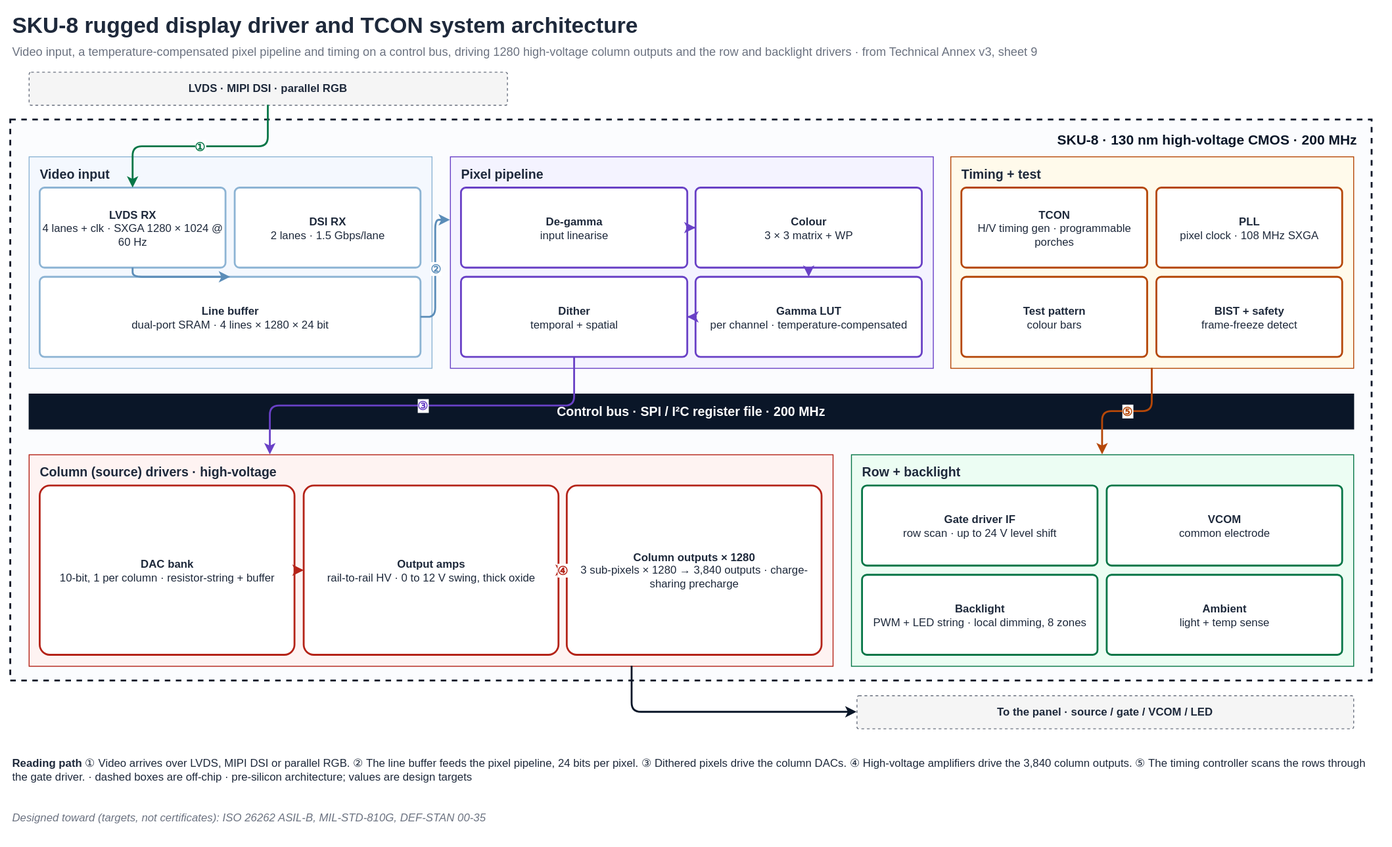
Earlier version of the draw.io export public/diagrams/sku-8-architecture.svg (shekerkamma/deepgrid-dr-silicon-v10). Source tidied: cells renumbered, new cells last; positions are measured from the earlier drawing's top-left corner, leaving out a move shared by most shapes.
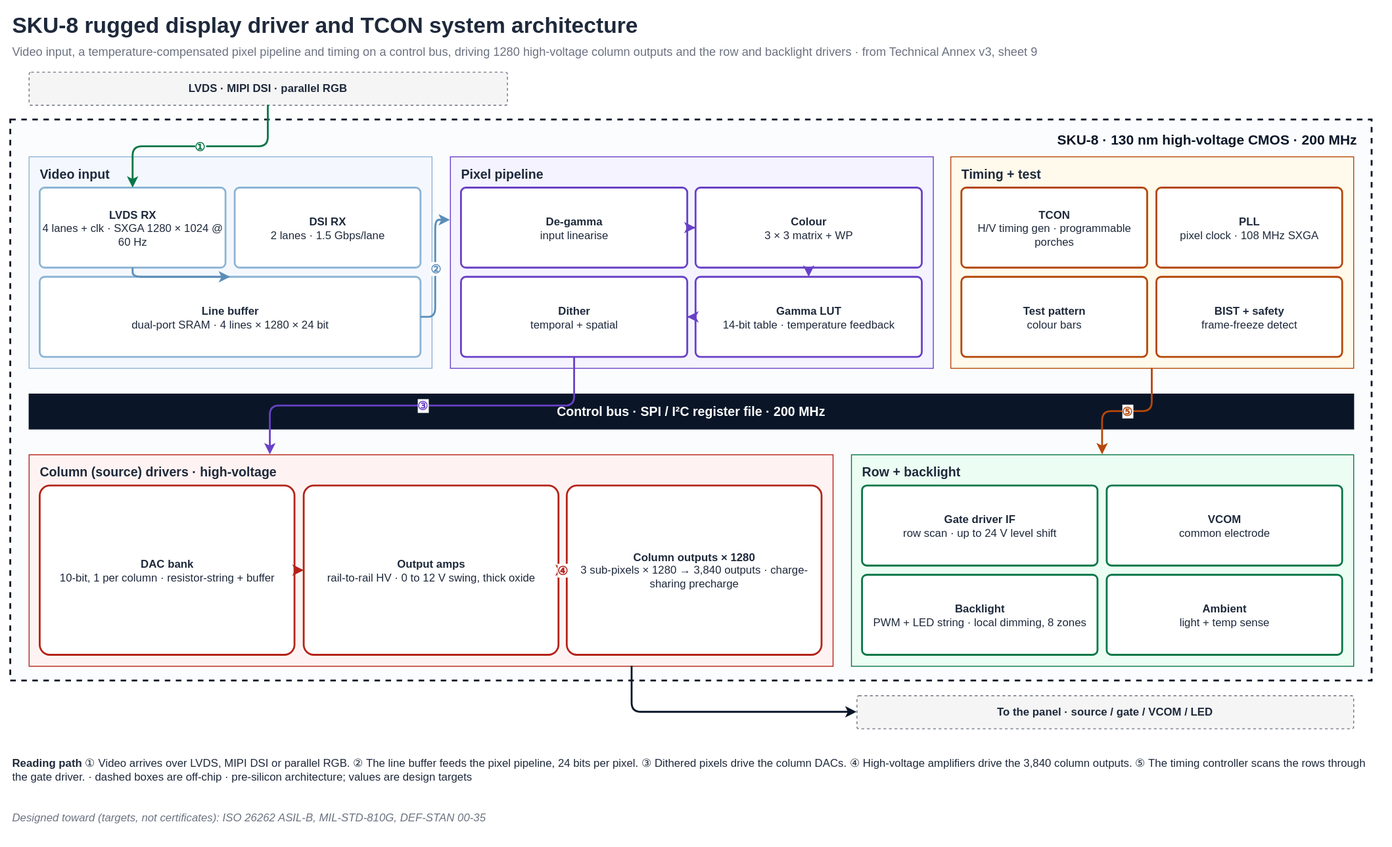
The same file after the commit.

The edit, as a diff of the source:
```diff
@@ -38,7 +38,7 @@
     <mxCell id="13" value="&lt;b&gt;Dither&lt;/b&gt;&lt;br&gt;temporal + spatial" style="rounded=1;whiteSpace=wrap;html=1;fillColor=#FFFFFF;strokeColor=#6941C6;strokeWidth=2;fontSize=12;fontColor=#1E293B;arcSize=6;" parent="1" vertex="1">
       <mxGeometry x="490" y="291" width="246" height="87" as="geometry" />
     </mxCell>
-    <mxCell id="14" value="&lt;b&gt;Gamma LUT&lt;/b&gt;&lt;br&gt;per channel · temperature-compensated" style="rounded=1;whiteSpace=wrap;html=1;fillColor=#FFFFFF;strokeColor=#6941C6;strokeWidth=2;fontSize=12;fontColor=#1E293B;arcSize=6;" parent="1" vertex="1">
+    <mxCell id="14" value="&lt;b&gt;Gamma LUT&lt;/b&gt;&lt;br&gt;14-bit table · temperature feedback" style="rounded=1;whiteSpace=wrap;html=1;fillColor=#FFFFFF;strokeColor=#6941C6;strokeWidth=2;fontSize=12;fontColor=#1E293B;arcSize=6;" parent="1" vertex="1">
       <mxGeometry x="745" y="291" width="246" height="87" as="geometry" />
     </mxCell>
     <mxCell id="15" value="Timing + test" style="rounded=0;whiteSpace=wrap;html=1;fillColor=#FFFAEB;strokeColor=#B54708;verticalAlign=top;align=left;spacingLeft=10;spacingTop=4;fontSize=14;fontStyle=1;fontColor=#1E293B;" parent="1" vertex="1">
```
